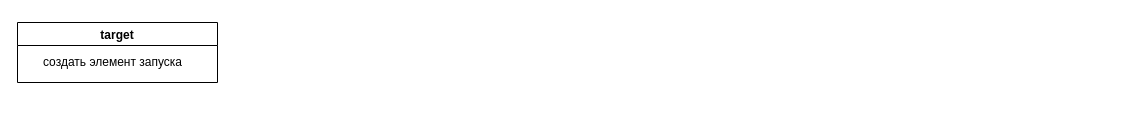
Before: bo52.drawio in bo52/start, a draw.io diagram. Source tidied: cells renumbered, new cells numbered last; positions are measured from the earlier drawing's top-left corner, leaving out a move shared by most shapes. Both pictures are drawn from the tidied source at 100%, with x=0, y=0 at pixel (17, 22).
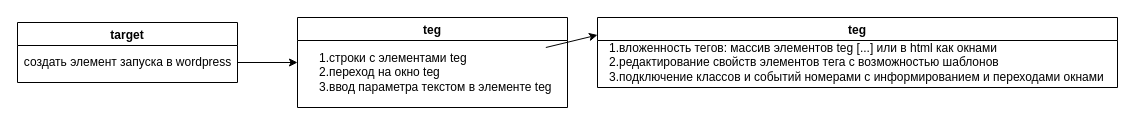
The same page after the edit.

What changed in the source:
```diff
@@
 <mxGraphModel>
   <root>
     <mxCell id="0" />
     <mxCell id="1" parent="0" />
     <mxCell id="2" value="target" style="swimlane;" parent="1" vertex="1">
-      <mxGeometry width="200" height="60" as="geometry" />
+      <mxGeometry width="220" height="60" as="geometry" />
     </mxCell>
-    <mxCell id="3" value="создать элемент запуска" style="text;html=1;align=center;verticalAlign=middle;points=[];strokeColor=none;" parent="2" vertex="1">
-      <mxGeometry x="20" y="30" width="150" height="20" as="geometry" />
+    <mxCell id="3" value="создать элемент запуска в wordpress" style="text;html=1;align=center;verticalAlign=middle;points=[];strokeColor=none;" parent="2" vertex="1">
+      <mxGeometry y="30" width="220" height="20" as="geometry" />
     </mxCell>
+    <mxCell id="4" value="teg" style="swimlane;" parent="1" vertex="1">
+      <mxGeometry x="280" y="-5" width="270" height="90" as="geometry" />
+    </mxCell>
+    <mxCell id="5" value="1.строки с элементами teg&lt;br&gt;2.переход на окно teg&lt;br&gt;3.ввод параметра текстом в элементе teg" style="text;html=1;align=left;verticalAlign=middle;points=[];strokeColor=none;" parent="4" vertex="1">
+      <mxGeometry x="20" y="30" width="250" height="50" as="geometry" />
+    </mxCell>
+    <mxCell id="6" style="rounded=0;jettySize=auto;html=1;entryX=0;entryY=0.5;entryDx=0;entryDy=0;" parent="1" edge="1" source="3" target="4">
+      <mxGeometry relative="1" as="geometry" />
+    </mxCell>
+    <mxCell id="7" value="teg" style="swimlane;align=center;" parent="1" vertex="1">
+      <mxGeometry x="580" y="-5" width="520" height="70" as="geometry" />
+    </mxCell>
+    <mxCell id="8" value="1.вложенность тегов: массив элементов teg [...] или в html как окнами&lt;br&gt;2.редактирование свойств элементов тега с возможностью шаблонов&lt;br&gt;3.подключение классов и событий номерами с информированием и переходами окнами" style="text;html=1;align=left;verticalAlign=middle;strokeColor=none;" parent="7" vertex="1">
+      <mxGeometry x="10" y="20" width="510" height="50" as="geometry" />
+    </mxCell>
+    <mxCell id="9" style="edgeStyle=none;rounded=0;jettySize=auto;html=1;entryX=0;entryY=0.25;entryDx=0;entryDy=0;" parent="1" edge="1" source="5" target="7">
+      <mxGeometry relative="1" as="geometry" />
+    </mxCell>
   </root>
 </mxGraphModel>
```
